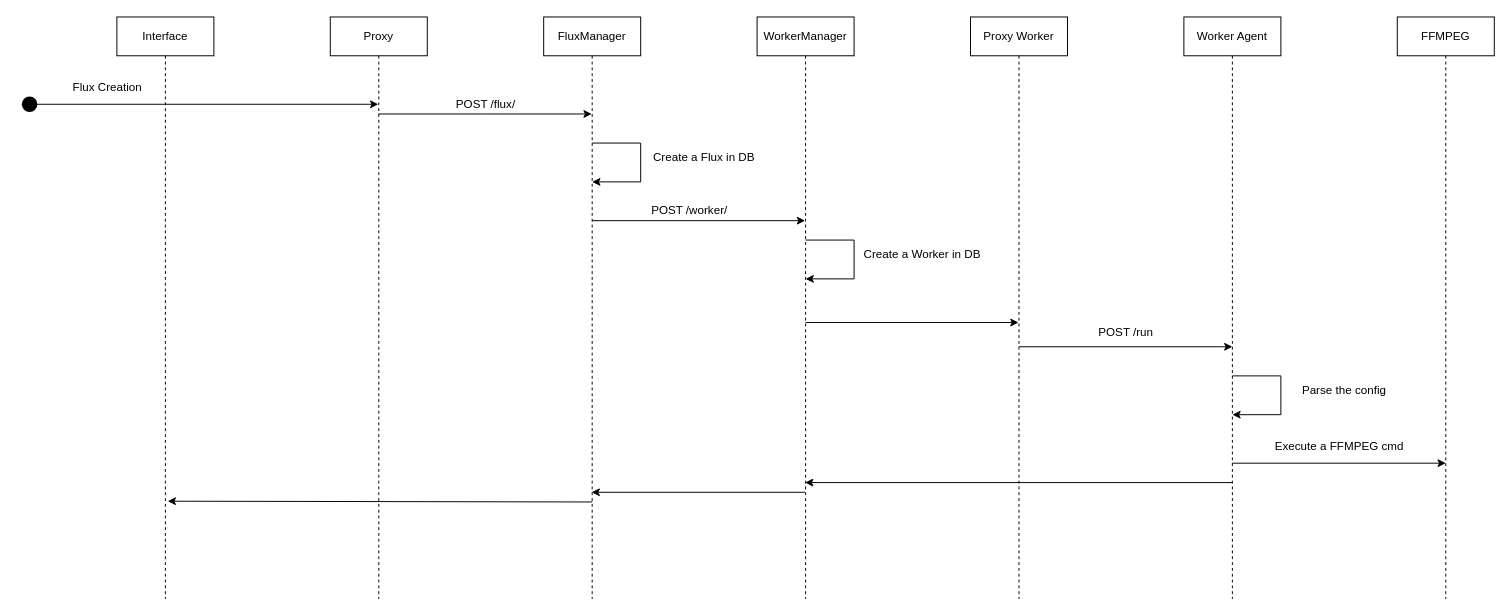
This is schemas/drawio/sequence_flux_creation.drawio from cpe-falafel/documentation, a draw.io file, before an edit. Source tidied: cells renumbered, new cells numbered last; positions are measured from the earlier drawing's top-left corner, leaving out a move shared by most shapes. Both pictures are drawn from the tidied source at 97%, with x=0, y=0 at pixel (19, 16).
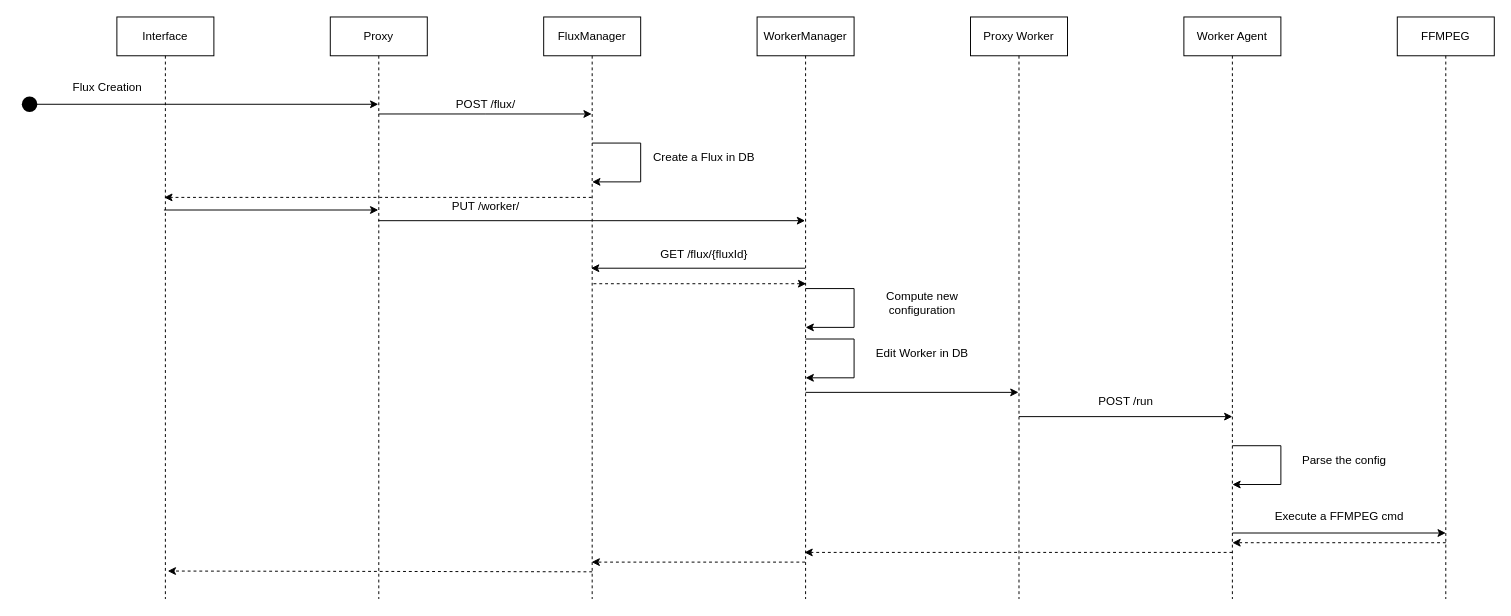
The same page after the edit.

Commit message (it also covers changes not shown here):
doc: edited flux diagram

The change refers to these unchanged cells:
```xml
<mxCell id="2" value="Interface" style="shape=umlLifeline;perimeter=lifelinePerimeter;whiteSpace=wrap;html=1;outlineConnect=0;portConstraint=eastwest;newEdgeStyle={&quot;edgeStyle&quot;:&quot;elbowEdgeStyle&quot;,&quot;elbow&quot;:&quot;vertical&quot;,&quot;curved&quot;:0,&quot;rounded&quot;:0};" parent="1" vertex="1">
  <mxGeometry x="100" width="100" height="600" as="geometry" />
</mxCell>
<mxCell id="4" value="Proxy" style="shape=umlLifeline;perimeter=lifelinePerimeter;whiteSpace=wrap;html=1;outlineConnect=0;portConstraint=eastwest;newEdgeStyle={&quot;edgeStyle&quot;:&quot;elbowEdgeStyle&quot;,&quot;elbow&quot;:&quot;vertical&quot;,&quot;curved&quot;:0,&quot;rounded&quot;:0};" parent="1" vertex="1">
  <mxGeometry x="320" width="100" height="600" as="geometry" />
</mxCell>
<mxCell id="5" value="FluxManager" style="shape=umlLifeline;perimeter=lifelinePerimeter;whiteSpace=wrap;html=1;outlineConnect=0;portConstraint=eastwest;newEdgeStyle={&quot;edgeStyle&quot;:&quot;elbowEdgeStyle&quot;,&quot;elbow&quot;:&quot;vertical&quot;,&quot;curved&quot;:0,&quot;rounded&quot;:0};" parent="1" vertex="1">
  <mxGeometry x="540" width="100" height="600" as="geometry" />
</mxCell>
<mxCell id="6" value="WorkerManager" style="shape=umlLifeline;perimeter=lifelinePerimeter;whiteSpace=wrap;html=1;outlineConnect=0;portConstraint=eastwest;newEdgeStyle={&quot;edgeStyle&quot;:&quot;elbowEdgeStyle&quot;,&quot;elbow&quot;:&quot;vertical&quot;,&quot;curved&quot;:0,&quot;rounded&quot;:0};" parent="1" vertex="1">
  <mxGeometry x="760" width="100" height="600" as="geometry" />
</mxCell>
<mxCell id="19" value="Proxy Worker" style="shape=umlLifeline;perimeter=lifelinePerimeter;whiteSpace=wrap;html=1;outlineConnect=0;portConstraint=eastwest;newEdgeStyle={&quot;edgeStyle&quot;:&quot;elbowEdgeStyle&quot;,&quot;elbow&quot;:&quot;vertical&quot;,&quot;curved&quot;:0,&quot;rounded&quot;:0};" parent="1" vertex="1">
  <mxGeometry x="980" width="100" height="600" as="geometry" />
</mxCell>
```

Diff of the diagram source:
```diff
@@
-    <mxCell id="11" style="endArrow=classic;html=1;rounded=0;" parent="1" edge="1">
+    <mxCell id="11" style="endArrow=classic;html=1;rounded=0;" parent="1" edge="1" source="4">
       <mxGeometry relative="1" as="geometry">
-        <mxPoint x="590" y="210" as="sourcePoint" />
         <mxPoint x="809.5" y="210" as="targetPoint" />
       </mxGeometry>
     </mxCell>
@@
-    <mxCell id="14" value="POST /worker/" style="text;html=1;align=center;verticalAlign=middle;strokeColor=none;fillColor=none;" parent="1" vertex="1">
-      <mxGeometry x="640" y="185" width="100" height="30" as="geometry" />
+    <mxCell id="14" value="PUT /worker/" style="text;html=1;align=center;verticalAlign=middle;strokeColor=none;fillColor=none;" parent="1" vertex="1">
+      <mxGeometry x="435" y="180" width="90" height="30" as="geometry" />
     </mxCell>
     <mxCell id="15" style="endArrow=classic;html=1;rounded=0;" parent="1" edge="1">
       <mxGeometry relative="1" as="geometry">
-        <mxPoint x="810" y="230" as="sourcePoint" />
-        <mxPoint x="810" y="270" as="targetPoint" />
+        <mxPoint x="810" y="332" as="sourcePoint" />
+        <mxPoint x="810" y="372" as="targetPoint" />
         <Array as="points">
-          <mxPoint x="860" y="230" />
-          <mxPoint x="860" y="270" />
+          <mxPoint x="860" y="332" />
+          <mxPoint x="860" y="372" />
         </Array>
       </mxGeometry>
     </mxCell>
-    <mxCell id="16" value="Create a Worker in DB" style="text;html=1;align=center;verticalAlign=middle;strokeColor=none;fillColor=none;" parent="1" vertex="1">
-      <mxGeometry x="860" y="230" width="140" height="30" as="geometry" />
+    <mxCell id="16" value="Edit Worker in DB" style="text;html=1;align=center;verticalAlign=middle;strokeColor=none;fillColor=none;" parent="1" vertex="1">
+      <mxGeometry x="870" y="332" width="120" height="30" as="geometry" />
     </mxCell>
-    <mxCell id="17" style="endArrow=classic;html=1;rounded=0;" parent="1" edge="1" target="19">
+    <mxCell id="17" style="endArrow=classic;html=1;rounded=0;" parent="1" edge="1">
       <mxGeometry relative="1" as="geometry">
-        <mxPoint x="810" y="315" as="sourcePoint" />
+        <mxPoint x="810" y="387" as="sourcePoint" />
+        <mxPoint x="1029.5" y="387" as="targetPoint" />
       </mxGeometry>
     </mxCell>
     <mxCell id="18" value="POST /run" style="text;html=1;align=center;verticalAlign=middle;strokeColor=none;fillColor=none;" parent="1" vertex="1">
-      <mxGeometry x="1100" y="310" width="80" height="30" as="geometry" />
+      <mxGeometry x="1100" y="382" width="80" height="30" as="geometry" />
     </mxCell>
@@
     <mxCell id="22" style="endArrow=classic;html=1;rounded=0;" parent="1" edge="1">
       <mxGeometry relative="1" as="geometry">
-        <mxPoint x="1030" y="340" as="sourcePoint" />
-        <mxPoint x="1250" y="340" as="targetPoint" />
+        <mxPoint x="1030" y="412" as="sourcePoint" />
+        <mxPoint x="1250" y="412" as="targetPoint" />
       </mxGeometry>
     </mxCell>
     <mxCell id="23" style="endArrow=classic;html=1;rounded=0;" parent="1" edge="1">
       <mxGeometry relative="1" as="geometry">
-        <mxPoint x="1250" y="370" as="sourcePoint" />
-        <mxPoint x="1250" y="410" as="targetPoint" />
+        <mxPoint x="1250" y="442" as="sourcePoint" />
+        <mxPoint x="1250" y="482" as="targetPoint" />
         <Array as="points">
-          <mxPoint x="1300" y="370" />
-          <mxPoint x="1300" y="410" />
+          <mxPoint x="1300" y="442" />
+          <mxPoint x="1300" y="482" />
         </Array>
       </mxGeometry>
     </mxCell>
     <mxCell id="24" value="Parse the config" style="text;html=1;align=center;verticalAlign=middle;strokeColor=none;fillColor=none;" parent="1" vertex="1">
-      <mxGeometry x="1310" y="370" width="110" height="30" as="geometry" />
+      <mxGeometry x="1310" y="442" width="110" height="30" as="geometry" />
     </mxCell>
     <mxCell id="25" style="endArrow=classic;html=1;rounded=0;" parent="1" edge="1">
       <mxGeometry relative="1" as="geometry">
-        <mxPoint x="1250" y="460" as="sourcePoint" />
-        <mxPoint x="1470" y="460" as="targetPoint" />
+        <mxPoint x="1250" y="532" as="sourcePoint" />
+        <mxPoint x="1470" y="532" as="targetPoint" />
       </mxGeometry>
     </mxCell>
     <mxCell id="26" value="Execute a FFMPEG cmd" style="text;html=1;align=center;verticalAlign=middle;strokeColor=none;fillColor=none;" parent="1" vertex="1">
-      <mxGeometry x="1280" y="428" width="160" height="30" as="geometry" />
+      <mxGeometry x="1280" y="500" width="160" height="30" as="geometry" />
     </mxCell>
-    <mxCell id="27" style="endArrow=classic;html=1;rounded=0;" parent="1" edge="1" target="6">
+    <mxCell id="27" style="endArrow=classic;html=1;rounded=0;dashed=1;" parent="1" edge="1">
       <mxGeometry relative="1" as="geometry">
-        <mxPoint x="1250" y="480" as="sourcePoint" />
+        <mxPoint x="1250" y="552" as="sourcePoint" />
+        <mxPoint x="808.8" y="552" as="targetPoint" />
       </mxGeometry>
     </mxCell>
-    <mxCell id="28" style="endArrow=classic;html=1;rounded=0;" parent="1" edge="1">
+    <mxCell id="28" style="endArrow=classic;html=1;rounded=0;dashed=1;" parent="1" edge="1">
       <mxGeometry relative="1" as="geometry">
-        <mxPoint x="809.5" y="490" as="sourcePoint" />
-        <mxPoint x="589.4" y="490" as="targetPoint" />
+        <mxPoint x="809.5" y="562" as="sourcePoint" />
+        <mxPoint x="589.4" y="562" as="targetPoint" />
       </mxGeometry>
     </mxCell>
-    <mxCell id="29" style="endArrow=classic;html=1;rounded=0;entryX=0.524;entryY=0.832;entryDx=0;entryDy=0;entryPerimeter=0;" parent="1" edge="1" target="2">
+    <mxCell id="29" style="endArrow=classic;html=1;rounded=0;entryX=0.524;entryY=0.832;entryDx=0;entryDy=0;entryPerimeter=0;dashed=1;" parent="1" edge="1">
       <mxGeometry relative="1" as="geometry">
-        <mxPoint x="590" y="500" as="sourcePoint" />
+        <mxPoint x="590" y="572" as="sourcePoint" />
+        <mxPoint x="152.4" y="571.2" as="targetPoint" />
       </mxGeometry>
     </mxCell>
+    <mxCell id="30" style="endArrow=classic;html=1;rounded=0;dashed=1;" parent="1" edge="1">
+      <mxGeometry relative="1" as="geometry">
+        <mxPoint x="1470" y="542" as="sourcePoint" />
+        <mxPoint x="1250" y="542" as="targetPoint" />
+      </mxGeometry>
+    </mxCell>
+    <mxCell id="31" style="endArrow=classic;html=1;rounded=0;dashed=1;" parent="1" edge="1" source="5">
+      <mxGeometry relative="1" as="geometry">
+        <mxPoint x="148.8" y="186" as="targetPoint" />
+      </mxGeometry>
+    </mxCell>
+    <mxCell id="32" style="endArrow=classic;html=1;rounded=0;" parent="1" edge="1">
+      <mxGeometry relative="1" as="geometry">
+        <mxPoint x="810" y="280" as="sourcePoint" />
+        <mxPoint x="810" y="320" as="targetPoint" />
+        <Array as="points">
+          <mxPoint x="860" y="280" />
+          <mxPoint x="860" y="320" />
+        </Array>
+      </mxGeometry>
+    </mxCell>
+    <mxCell id="33" value="Compute new&lt;br&gt;configuration" style="text;html=1;align=center;verticalAlign=middle;strokeColor=none;fillColor=none;" parent="1" vertex="1">
+      <mxGeometry x="880" y="275" width="100" height="40" as="geometry" />
+    </mxCell>
+    <mxCell id="34" style="endArrow=classic;html=1;rounded=0;" parent="1" edge="1">
+      <mxGeometry relative="1" as="geometry">
+        <mxPoint x="809.5" y="259" as="sourcePoint" />
+        <mxPoint x="588.8" y="259" as="targetPoint" />
+      </mxGeometry>
+    </mxCell>
+    <mxCell id="35" style="endArrow=none;html=1;rounded=0;endFill=0;startArrow=classic;startFill=1;dashed=1;" parent="1" edge="1">
+      <mxGeometry relative="1" as="geometry">
+        <mxPoint x="810.7" y="275" as="sourcePoint" />
+        <mxPoint x="590" y="275" as="targetPoint" />
+      </mxGeometry>
+    </mxCell>
+    <mxCell id="36" value="GET /flux/{fluxId}" style="text;html=1;align=center;verticalAlign=middle;strokeColor=none;fillColor=none;" parent="1" vertex="1">
+      <mxGeometry x="650" y="230" width="110" height="30" as="geometry" />
+    </mxCell>
+    <mxCell id="37" style="endArrow=classic;html=1;rounded=0;" parent="1" edge="1">
+      <mxGeometry relative="1" as="geometry">
+        <mxPoint x="148.5" y="199" as="sourcePoint" />
+        <mxPoint x="369.5" y="199" as="targetPoint" />
+      </mxGeometry>
+    </mxCell>
```
